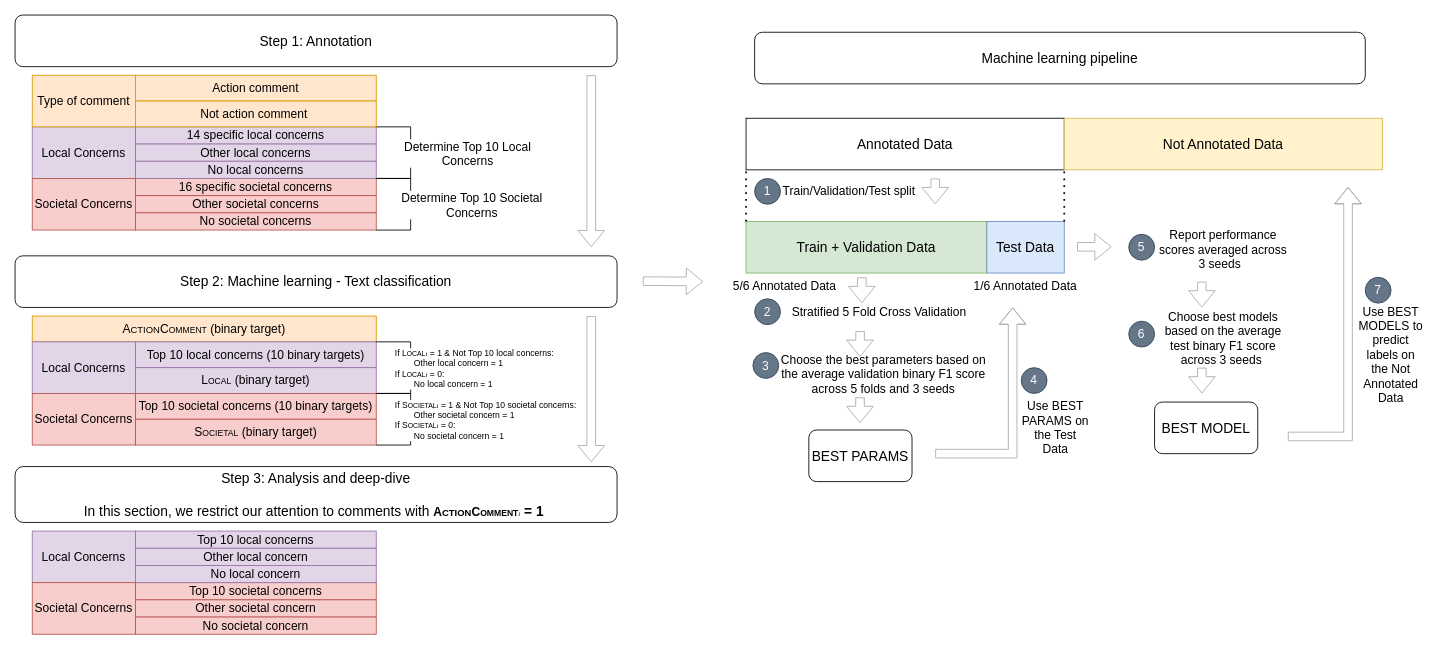
Before: LocalGovKFold.drawio in changgge/changgge, a draw.io diagram. Source tidied: cells renumbered, new cells numbered last; positions are measured from the earlier drawing's top-left corner, leaving out a move shared by most shapes. Both pictures are drawn from the tidied source at 86%, with x=0, y=0 at pixel (15, 15).
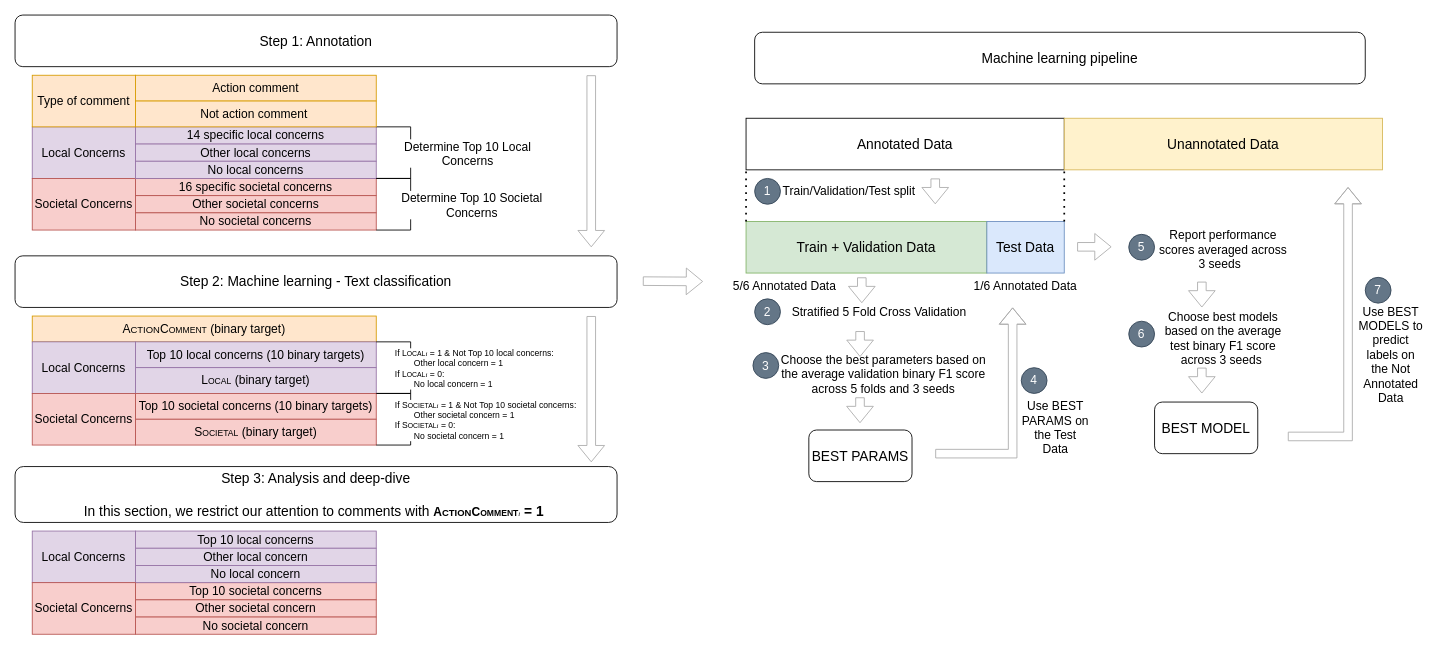
The same diagram, later.

The edit, as a diff of the source:
```diff
@@
-    <mxCell id="3" value="Not Annotated Data" style="rounded=0;whiteSpace=wrap;html=1;fillColor=#fff2cc;strokeColor=#d6b656;fontSize=16;" parent="1" vertex="1">
+    <mxCell id="3" value="Unannotated Data" style="rounded=0;whiteSpace=wrap;html=1;fillColor=#fff2cc;strokeColor=#d6b656;fontSize=16;" parent="1" vertex="1">
       <mxGeometry x="1220" y="120" width="370" height="60" as="geometry" />
     </mxCell>
```
